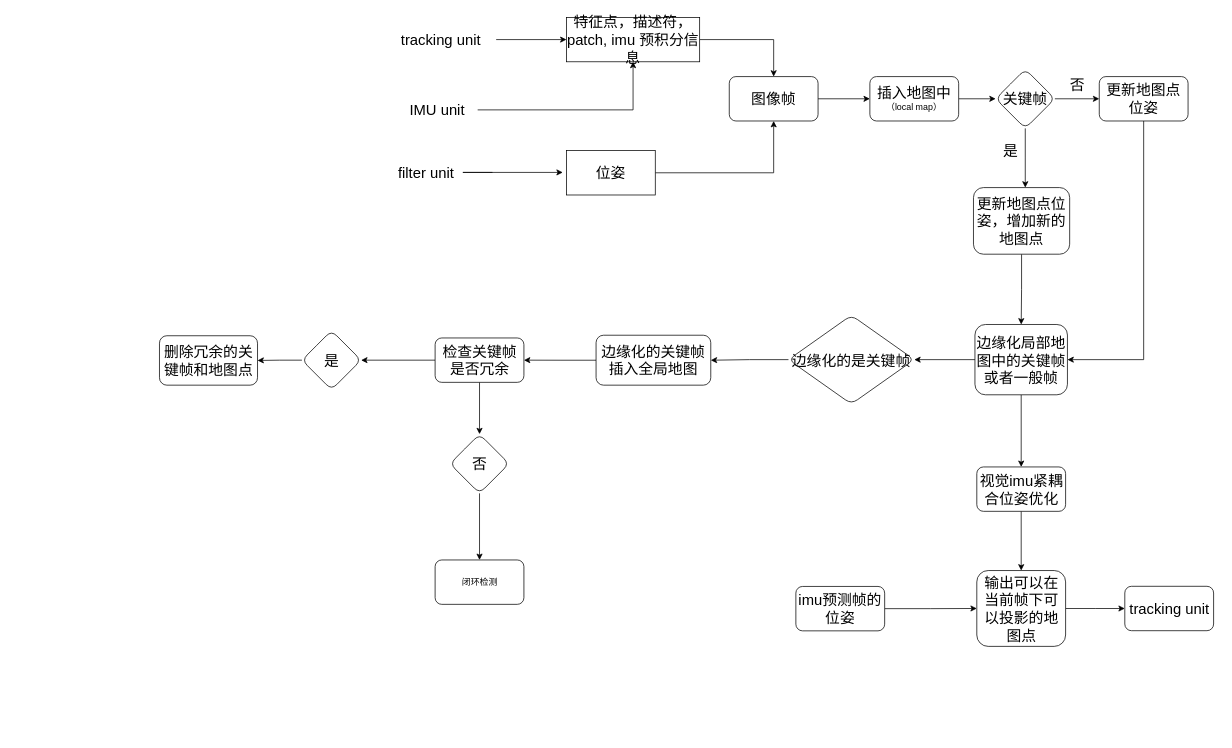
Above: map.drawio in Peter1qaz2wsx/flow_chart- (draw.io), before the change. Source tidied: cells renumbered, new cells numbered last; positions are measured from the earlier drawing's top-left corner, leaving out a move shared by most shapes. Both pictures are drawn from the tidied source at 74%, with x=0, y=0 at pixel (159, 17).
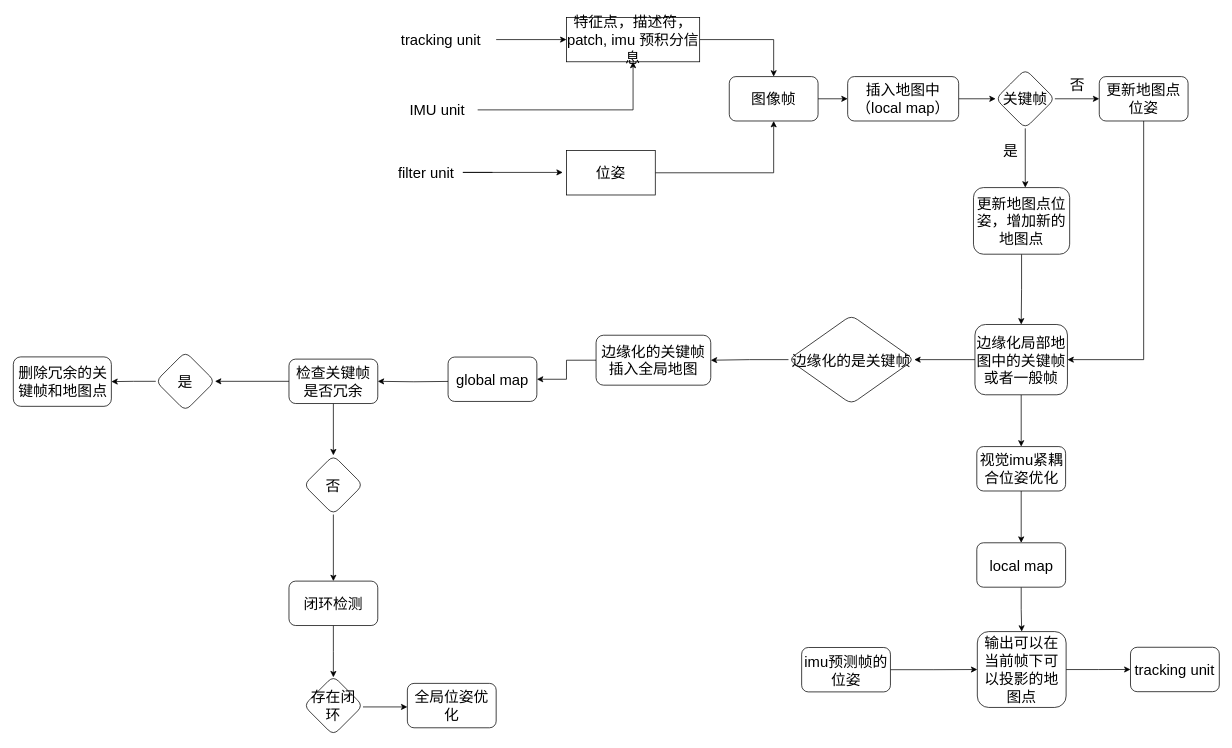
The same diagram, later.

The change refers to these unchanged cells:
```xml
<mxCell id="31" value="&lt;font style=&quot;font-size: 20px;&quot;&gt;边缘化的关键帧插入全局地图&lt;br&gt;&lt;/font&gt;" style="whiteSpace=wrap;html=1;rounded=1;" parent="1" vertex="1">
  <mxGeometry x="590" y="429.5" width="155" height="67.5" as="geometry" />
</mxCell>
```

Change to the diagram source:
```diff
@@
-    <mxCell id="20" value="&lt;font style=&quot;font-size: 20px;&quot;&gt;插入地图中&lt;/font&gt;（local map）" style="whiteSpace=wrap;html=1;rounded=1;" parent="1" vertex="1">
-      <mxGeometry x="960" y="80" width="120" height="60" as="geometry" />
+    <mxCell id="20" value="&lt;font style=&quot;font-size: 20px;&quot;&gt;插入地图中&lt;/font&gt;&lt;font style=&quot;font-size: 20px;&quot;&gt;（local map）&lt;/font&gt;" style="whiteSpace=wrap;html=1;rounded=1;" parent="1" vertex="1">
+      <mxGeometry x="930" y="80" width="150" height="60" as="geometry" />
     </mxCell>
@@
-    <mxCell id="26" style="edgeStyle=orthogonalEdgeStyle;rounded=0;jettySize=auto;html=1;fontSize=20;" parent="1" edge="1" source="27" target="33">
-      <mxGeometry relative="1" as="geometry" />
-    </mxCell>
+    <mxCell id="48" style="edgeStyle=orthogonalEdgeStyle;rounded=0;jettySize=auto;html=1;exitX=0.5;exitY=1;exitDx=0;exitDy=0;fontSize=20;" parent="1" edge="1" source="27" target="56">
+      <mxGeometry relative="1" as="geometry" />
+    </mxCell>
     <mxCell id="27" value="&lt;font style=&quot;font-size: 20px;&quot;&gt;视觉imu紧耦合位姿优化&lt;br&gt;&lt;/font&gt;" style="whiteSpace=wrap;html=1;rounded=1;" parent="1" vertex="1">
-      <mxGeometry x="1104.5" y="607.5" width="120" height="60" as="geometry" />
+      <mxGeometry x="1104.5" y="580" width="120" height="60" as="geometry" />
     </mxCell>
@@
-    <mxCell id="30" style="edgeStyle=orthogonalEdgeStyle;rounded=0;jettySize=auto;html=1;fontSize=20;" parent="1" edge="1" source="31" target="41">
-      <mxGeometry relative="1" as="geometry" />
+    <mxCell id="30" style="edgeStyle=orthogonalEdgeStyle;rounded=0;jettySize=auto;html=1;fontSize=20;" parent="1" edge="1" target="41">
+      <mxGeometry relative="1" as="geometry">
+        <mxPoint x="392.5" y="491.9" as="sourcePoint" />
+      </mxGeometry>
     </mxCell>
+    <mxCell id="49" style="edgeStyle=orthogonalEdgeStyle;rounded=0;jettySize=auto;html=1;exitX=0;exitY=0.5;exitDx=0;exitDy=0;entryX=1;entryY=0.5;entryDx=0;entryDy=0;fontSize=20;" parent="1" edge="1" source="31" target="54">
+      <mxGeometry relative="1" as="geometry" />
+    </mxCell>
@@
     <mxCell id="33" value="&lt;font style=&quot;font-size: 20px;&quot;&gt;输出可以在当前帧下可以投影的地图点&lt;br&gt;&lt;/font&gt;" style="whiteSpace=wrap;html=1;rounded=1;" parent="1" vertex="1">
-      <mxGeometry x="1104.5" y="747.5" width="120" height="102.5" as="geometry" />
+      <mxGeometry x="1105.2" y="830" width="120" height="102.5" as="geometry" />
     </mxCell>
@@
     <mxCell id="35" value="imu预测帧的位姿" style="rounded=1;whiteSpace=wrap;html=1;fontSize=20;" parent="1" vertex="1">
-      <mxGeometry x="860" y="769" width="120" height="60" as="geometry" />
+      <mxGeometry x="867.8" y="851.5" width="120" height="60" as="geometry" />
     </mxCell>
     <mxCell id="36" value="&lt;font style=&quot;font-size: 20px;&quot;&gt;tracking unit&lt;br&gt;&lt;/font&gt;" style="whiteSpace=wrap;html=1;rounded=1;" parent="1" vertex="1">
-      <mxGeometry x="1304.5" y="768.8" width="120" height="60" as="geometry" />
+      <mxGeometry x="1312.2" y="851.2" width="120" height="60" as="geometry" />
     </mxCell>
@@
     <mxCell id="41" value="&lt;font style=&quot;font-size: 20px;&quot;&gt;检查关键帧是否冗余&lt;br&gt;&lt;/font&gt;" style="whiteSpace=wrap;html=1;rounded=1;" parent="1" vertex="1">
-      <mxGeometry x="372.5" y="433.2" width="120" height="60" as="geometry" />
+      <mxGeometry x="175" y="461.8" width="120" height="60" as="geometry" />
     </mxCell>
@@
     <mxCell id="43" value="&lt;font style=&quot;font-size: 20px;&quot;&gt;是&lt;br&gt;&lt;/font&gt;" style="rhombus;whiteSpace=wrap;html=1;rounded=1;" parent="1" vertex="1">
-      <mxGeometry x="192.5" y="423.2" width="80" height="80" as="geometry" />
+      <mxGeometry x="-5" y="451.8" width="80" height="80" as="geometry" />
     </mxCell>
     <mxCell id="44" value="&lt;font style=&quot;font-size: 20px;&quot;&gt;删除冗余的关键帧和地图点&lt;br&gt;&lt;/font&gt;" style="whiteSpace=wrap;html=1;rounded=1;" parent="1" vertex="1">
-      <mxGeometry y="430.2" width="132.5" height="66.8" as="geometry" />
+      <mxGeometry x="-197.5" y="458.8" width="132.5" height="66.8" as="geometry" />
     </mxCell>
@@
     <mxCell id="46" value="&lt;font style=&quot;font-size: 20px;&quot;&gt;否&lt;br&gt;&lt;/font&gt;" style="rhombus;whiteSpace=wrap;html=1;rounded=1;" parent="1" vertex="1">
-      <mxGeometry x="392.5" y="563.2" width="80" height="80" as="geometry" />
+      <mxGeometry x="195" y="591.8" width="80" height="80" as="geometry" />
     </mxCell>
+    <mxCell id="50" style="edgeStyle=orthogonalEdgeStyle;rounded=0;jettySize=auto;html=1;fontSize=20;" parent="1" edge="1" source="47">
+      <mxGeometry relative="1" as="geometry">
+        <mxPoint x="235" y="891.8" as="targetPoint" />
+      </mxGeometry>
+    </mxCell>
-    <mxCell id="47" value="闭环检测" style="whiteSpace=wrap;html=1;rounded=1;" parent="1" vertex="1">
-      <mxGeometry x="372.5" y="733.2" width="120" height="60" as="geometry" />
+    <mxCell id="47" value="&lt;font style=&quot;font-size: 20px;&quot;&gt;闭环检测&lt;/font&gt;" style="whiteSpace=wrap;html=1;rounded=1;" parent="1" vertex="1">
+      <mxGeometry x="175" y="761.8" width="120" height="60" as="geometry" />
     </mxCell>
+    <mxCell id="51" style="edgeStyle=orthogonalEdgeStyle;rounded=0;orthogonalLoop=1;jettySize=auto;html=1;fontSize=20;" parent="1" edge="1">
+      <mxGeometry relative="1" as="geometry">
+        <mxPoint x="275" y="931.8" as="sourcePoint" />
+        <mxPoint x="335" y="931.8" as="targetPoint" />
+      </mxGeometry>
+    </mxCell>
+    <mxCell id="52" value="&lt;font style=&quot;font-size: 20px;&quot;&gt;存在闭环&lt;/font&gt;" style="rhombus;whiteSpace=wrap;html=1;rounded=1;" parent="1" vertex="1">
+      <mxGeometry x="195" y="890" width="80" height="80" as="geometry" />
+    </mxCell>
+    <mxCell id="53" value="&lt;font style=&quot;font-size: 20px;&quot;&gt;全局位姿优化&lt;br&gt;&lt;/font&gt;" style="whiteSpace=wrap;html=1;rounded=1;" parent="1" vertex="1">
+      <mxGeometry x="335" y="900" width="120" height="60" as="geometry" />
+    </mxCell>
+    <mxCell id="54" value="global map" style="rounded=1;whiteSpace=wrap;html=1;fontSize=20;" parent="1" vertex="1">
+      <mxGeometry x="390" y="459" width="120" height="60" as="geometry" />
+    </mxCell>
+    <mxCell id="55" style="edgeStyle=orthogonalEdgeStyle;rounded=0;jettySize=auto;html=1;exitX=0.5;exitY=1;exitDx=0;exitDy=0;fontSize=20;" parent="1" edge="1" source="56" target="33">
+      <mxGeometry relative="1" as="geometry" />
+    </mxCell>
+    <mxCell id="56" value="local map" style="rounded=1;whiteSpace=wrap;html=1;fontSize=20;" parent="1" vertex="1">
+      <mxGeometry x="1104.5" y="710" width="120" height="60" as="geometry" />
+    </mxCell>
```
